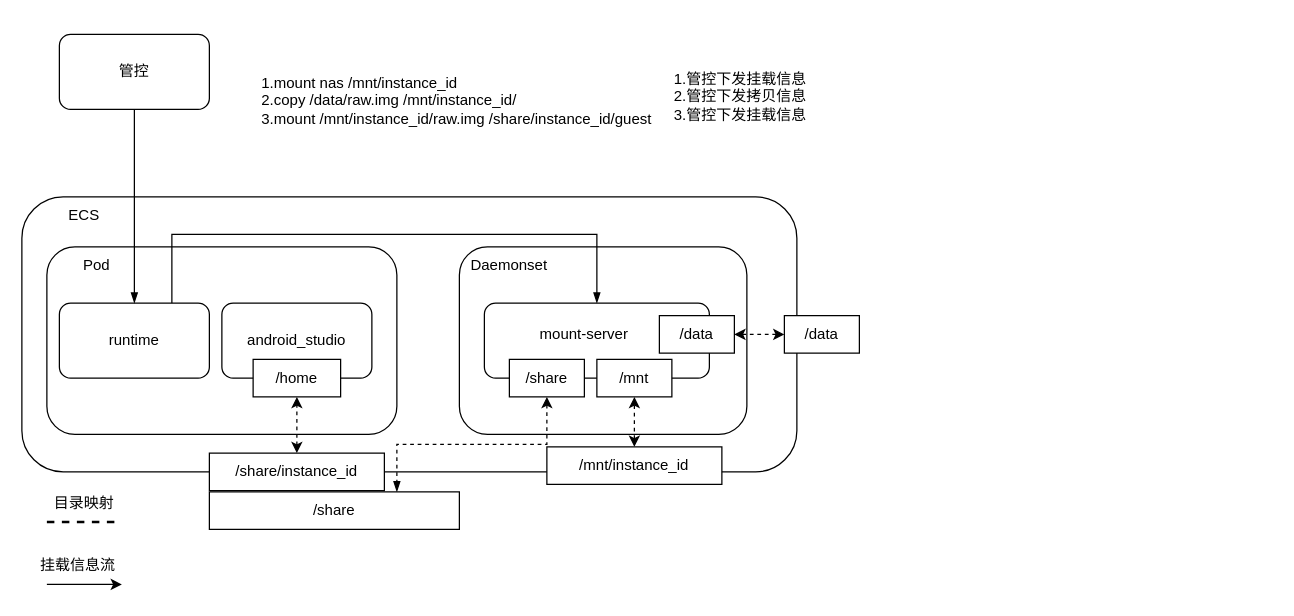
Above: page "第 13 页" (13 of 13) of Untitled Diagram.drawio in gaojunhao/diagrams (draw.io), before the change. Source tidied: cells renumbered, new cells numbered last; positions are measured from the earlier drawing's top-left corner, leaving out a move shared by most shapes. Both pictures are drawn from the tidied source at 125%, with x=0, y=0 at pixel (21, 34).
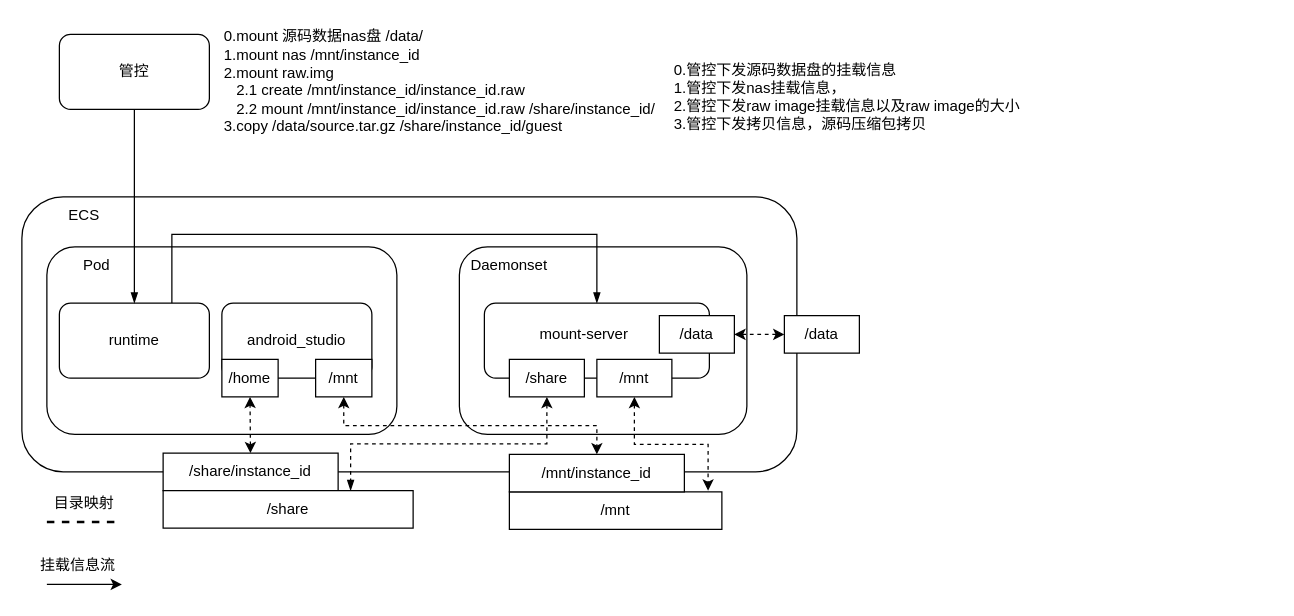
Above is the later version.

Unchanged cells that the change refers to:
```xml
<mxCell id="17" value="/mnt" style="rounded=0;whiteSpace=wrap;html=1;" parent="1" vertex="1">
  <mxGeometry x="460" y="260" width="60" height="30" as="geometry" />
</mxCell>
```

Change to the diagram source:
```diff
@@
     <mxCell id="14" value="/home" style="rounded=0;whiteSpace=wrap;html=1;" parent="1" vertex="1">
-      <mxGeometry x="185" y="260" width="70" height="30" as="geometry" />
+      <mxGeometry x="160" y="260" width="45" height="30" as="geometry" />
     </mxCell>
@@
-    <mxCell id="16" value="/mnt/instance_id" style="rounded=0;whiteSpace=wrap;html=1;" parent="1" vertex="1">
-      <mxGeometry x="420" y="330" width="140" height="30" as="geometry" />
+    <mxCell id="16" value="/mnt" style="rounded=0;whiteSpace=wrap;html=1;" parent="1" vertex="1">
+      <mxGeometry x="390" y="366" width="170" height="30" as="geometry" />
     </mxCell>
+    <mxCell id="35" style="edgeStyle=orthogonalEdgeStyle;rounded=0;jettySize=auto;html=1;exitX=0.5;exitY=1;exitDx=0;exitDy=0;entryX=0.935;entryY=-0.033;entryDx=0;entryDy=0;entryPerimeter=0;dashed=1;startArrow=classic;startFill=1;" parent="1" edge="1" source="17" target="16">
+      <mxGeometry relative="1" as="geometry" />
+    </mxCell>
@@
-    <mxCell id="18" style="endArrow=classic;startArrow=classic;html=1;rounded=0;entryX=0.5;entryY=1;entryDx=0;entryDy=0;exitX=0.5;exitY=0;exitDx=0;exitDy=0;dashed=1;" parent="1" edge="1" source="16" target="17">
-      <mxGeometry relative="1" as="geometry" />
-    </mxCell>
     <mxCell id="19" value="/share/instance_id" style="rounded=0;whiteSpace=wrap;html=1;" parent="1" vertex="1">
-      <mxGeometry x="150" y="335" width="140" height="30" as="geometry" />
+      <mxGeometry x="113" y="335" width="140" height="30" as="geometry" />
     </mxCell>
@@
     <mxCell id="29" value="/share" style="rounded=0;whiteSpace=wrap;html=1;" parent="1" vertex="1">
-      <mxGeometry x="150" y="366" width="200" height="30" as="geometry" />
+      <mxGeometry x="113" y="365" width="200" height="30" as="geometry" />
     </mxCell>
-    <mxCell id="30" value="1.mount nas /mnt/instance_id&lt;br&gt;2.copy /data/raw.img /mnt/instance_id/&lt;br&gt;3.mount /mnt/instance_id/raw.img /share/instance_id/guest&lt;br&gt;&amp;nbsp;" style="text;html=1;strokeColor=none;fillColor=none;align=left;verticalAlign=middle;whiteSpace=wrap;rounded=0;" parent="1" vertex="1">
-      <mxGeometry x="190" y="20" width="330" height="80" as="geometry" />
+    <mxCell id="30" value="0.mount 源码数据nas盘 /data/&lt;br&gt;1.mount nas /mnt/instance_id&lt;br&gt;2.mount raw.img&lt;br&gt;&amp;nbsp; &amp;nbsp;2.1 create /mnt/instance_id/instance_id.raw&lt;br&gt;&amp;nbsp; &amp;nbsp;2.2 mount /mnt/instance_id/instance_id.raw&amp;nbsp;/share/instance_id/&lt;br&gt;3.copy /data/source.tar.gz /share/instance_id/guest&lt;br&gt;&amp;nbsp;" style="text;html=1;strokeColor=none;fillColor=none;align=left;verticalAlign=middle;whiteSpace=wrap;rounded=0;" parent="1" vertex="1">
+      <mxGeometry x="160" y="-10" width="360" height="110" as="geometry" />
     </mxCell>
-    <mxCell id="31" value="1.管控下发挂载信息&lt;br&gt;2.管控下发拷贝信息&lt;br&gt;3.管控下发挂载信息" style="text;html=1;strokeColor=none;fillColor=none;align=left;verticalAlign=middle;whiteSpace=wrap;rounded=0;" parent="1" vertex="1">
-      <mxGeometry x="520" y="10" width="330" height="80" as="geometry" />
+    <mxCell id="31" value="0.管控下发源码数据盘的挂载信息&lt;br&gt;1.管控下发nas挂载信息，&lt;br&gt;2.管控下发raw image挂载信息以及raw image的大小&lt;br&gt;3.管控下发拷贝信息，源码压缩包拷贝" style="text;html=1;strokeColor=none;fillColor=none;align=left;verticalAlign=middle;whiteSpace=wrap;rounded=0;" parent="1" vertex="1">
+      <mxGeometry x="520" y="10" width="480" height="80" as="geometry" />
     </mxCell>
@@
+    <mxCell id="36" value="/mnt/instance_id" style="rounded=0;whiteSpace=wrap;html=1;" parent="1" vertex="1">
+      <mxGeometry x="390" y="336" width="140" height="30" as="geometry" />
+    </mxCell>
+    <mxCell id="37" style="edgeStyle=orthogonalEdgeStyle;rounded=0;jettySize=auto;html=1;exitX=0.5;exitY=1;exitDx=0;exitDy=0;entryX=0.5;entryY=0;entryDx=0;entryDy=0;dashed=1;startArrow=classic;startFill=1;" parent="1" edge="1" source="38" target="36">
+      <mxGeometry relative="1" as="geometry" />
+    </mxCell>
+    <mxCell id="38" value="/mnt" style="rounded=0;whiteSpace=wrap;html=1;" parent="1" vertex="1">
+      <mxGeometry x="235" y="260" width="45" height="30" as="geometry" />
+    </mxCell>
```
